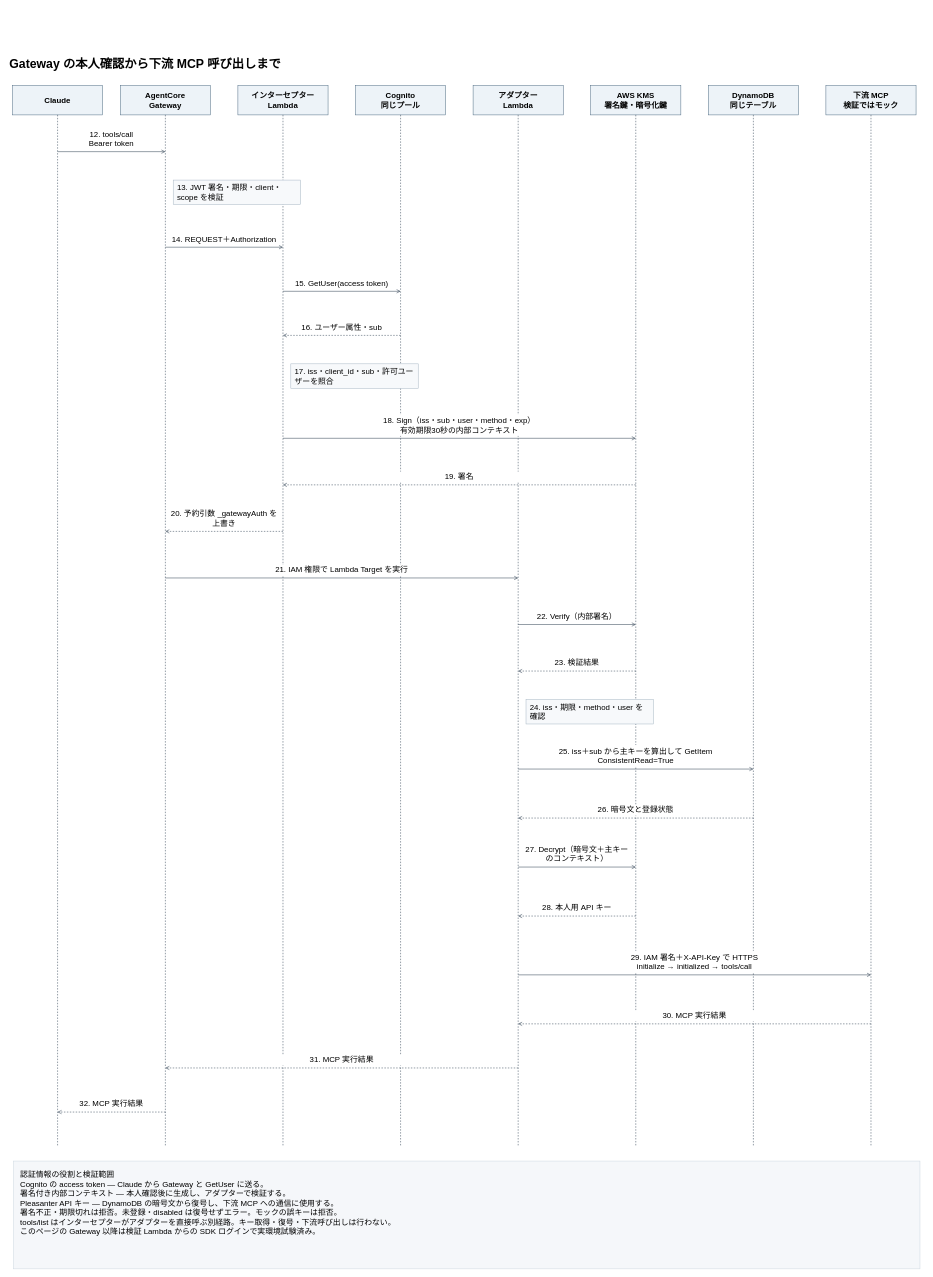
aToy0m0/probe_agentcore-pleasanter-mcp_dynamo keeps this draw.io diagram as page "runtime" (2 of 2) of docs/images/gateway-auth-sequence.drawio. Above is the earlier version. Source tidied: cells renumbered, new cells numbered last; positions are measured from the earlier drawing's top-left corner, leaving out a move shared by most shapes. Both pictures are drawn from the tidied source at 49%, with x=0, y=0 at pixel (8, 52).
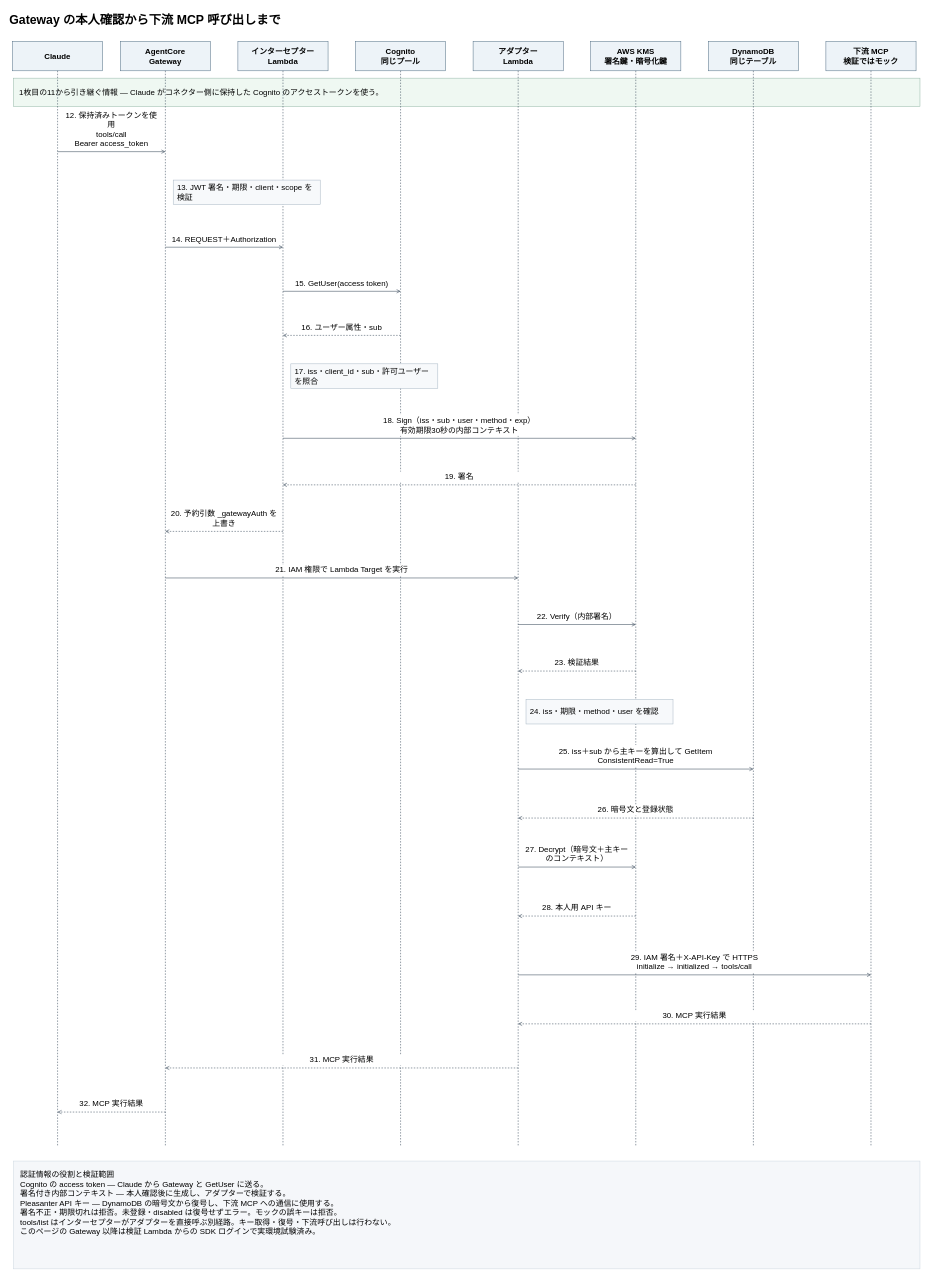
The same diagram, later.

Commit message (it also covers changes not shown here):
Explain access token handoff between sequence pages

The edit, as a diff of the source:
```diff
@@
     <mxCell id="2" value="Gateway の本人確認から下流 MCP 呼び出しまで" style="fontFamily=Yu Gothic;fontSize=16;html=0;whiteSpace=wrap;strokeColor=none;fillColor=none;align=left;fontStyle=1;fontSize=25;" parent="1" vertex="1">
-      <mxGeometry width="1870" height="42" as="geometry" />
+      <mxGeometry y="-90" width="1870" height="42" as="geometry" />
     </mxCell>
+    <mxCell id="59" value="1枚目の11から引き継ぐ情報 — Claude がコネクター側に保持した Cognito のアクセストークンを使う。" style="fontFamily=Yu Gothic;fontSize=16;html=0;whiteSpace=wrap;strokeColor=#91B5A5;fillColor=#EFF8F2;align=left;spacing=12;" parent="1" vertex="1">
+      <mxGeometry x="10" y="52" width="1850" height="58" as="geometry" />
+    </mxCell>
     <mxCell id="3" value="Claude" style="fontFamily=Yu Gothic;fontSize=16;html=0;whiteSpace=wrap;rounded=0;strokeColor=#4C6981;fillColor=#EDF3F8;fontStyle=1;align=center;" parent="1" vertex="1">
-      <mxGeometry x="8" y="67" width="184" height="60" as="geometry" />
+      <mxGeometry x="8" y="-23" width="184" height="60" as="geometry" />
     </mxCell>
     <mxCell id="4" style="html=0;strokeColor=#25384A;endArrow=none;endFill=0;dashed=1;" parent="1" edge="1">
       <mxGeometry relative="1" as="geometry">
-        <mxPoint x="100" y="127" as="sourcePoint" />
+        <mxPoint x="100" y="37" as="sourcePoint" />
         <mxPoint x="100" y="2232" as="targetPoint" />
       </mxGeometry>
     </mxCell>
     <mxCell id="5" value="AgentCore&#10;Gateway" style="fontFamily=Yu Gothic;fontSize=16;html=0;whiteSpace=wrap;rounded=0;strokeColor=#4C6981;fillColor=#EDF3F8;fontStyle=1;align=center;" parent="1" vertex="1">
-      <mxGeometry x="228" y="67" width="184" height="60" as="geometry" />
+      <mxGeometry x="228" y="-23" width="184" height="60" as="geometry" />
     </mxCell>
     <mxCell id="6" style="html=0;strokeColor=#25384A;endArrow=none;endFill=0;dashed=1;" parent="1" edge="1">
       <mxGeometry relative="1" as="geometry">
-        <mxPoint x="320" y="127" as="sourcePoint" />
+        <mxPoint x="320" y="37" as="sourcePoint" />
         <mxPoint x="320" y="2232" as="targetPoint" />
       </mxGeometry>
     </mxCell>
     <mxCell id="7" value="インターセプター&#10;Lambda" style="fontFamily=Yu Gothic;fontSize=16;html=0;whiteSpace=wrap;rounded=0;strokeColor=#4C6981;fillColor=#EDF3F8;fontStyle=1;align=center;" parent="1" vertex="1">
-      <mxGeometry x="468" y="67" width="184" height="60" as="geometry" />
+      <mxGeometry x="468" y="-23" width="184" height="60" as="geometry" />
     </mxCell>
     <mxCell id="8" style="html=0;strokeColor=#25384A;endArrow=none;endFill=0;dashed=1;" parent="1" edge="1">
       <mxGeometry relative="1" as="geometry">
-        <mxPoint x="560" y="127" as="sourcePoint" />
+        <mxPoint x="560" y="37" as="sourcePoint" />
         <mxPoint x="560" y="2232" as="targetPoint" />
       </mxGeometry>
     </mxCell>
     <mxCell id="9" value="Cognito&#10;同じプール" style="fontFamily=Yu Gothic;fontSize=16;html=0;whiteSpace=wrap;rounded=0;strokeColor=#4C6981;fillColor=#EDF3F8;fontStyle=1;align=center;" parent="1" vertex="1">
-      <mxGeometry x="708" y="67" width="184" height="60" as="geometry" />
+      <mxGeometry x="708" y="-23" width="184" height="60" as="geometry" />
     </mxCell>
     <mxCell id="10" style="html=0;strokeColor=#25384A;endArrow=none;endFill=0;dashed=1;" parent="1" edge="1">
       <mxGeometry relative="1" as="geometry">
-        <mxPoint x="800" y="127" as="sourcePoint" />
+        <mxPoint x="800" y="37" as="sourcePoint" />
         <mxPoint x="800" y="2232" as="targetPoint" />
       </mxGeometry>
     </mxCell>
     <mxCell id="11" value="アダプター&#10;Lambda" style="fontFamily=Yu Gothic;fontSize=16;html=0;whiteSpace=wrap;rounded=0;strokeColor=#4C6981;fillColor=#EDF3F8;fontStyle=1;align=center;" parent="1" vertex="1">
-      <mxGeometry x="948" y="67" width="184" height="60" as="geometry" />
+      <mxGeometry x="948" y="-23" width="184" height="60" as="geometry" />
     </mxCell>
     <mxCell id="12" style="html=0;strokeColor=#25384A;endArrow=none;endFill=0;dashed=1;" parent="1" edge="1">
       <mxGeometry relative="1" as="geometry">
-        <mxPoint x="1040" y="127" as="sourcePoint" />
+        <mxPoint x="1040" y="37" as="sourcePoint" />
         <mxPoint x="1040" y="2232" as="targetPoint" />
       </mxGeometry>
     </mxCell>
     <mxCell id="13" value="AWS KMS&#10;署名鍵・暗号化鍵" style="fontFamily=Yu Gothic;fontSize=16;html=0;whiteSpace=wrap;rounded=0;strokeColor=#4C6981;fillColor=#EDF3F8;fontStyle=1;align=center;" parent="1" vertex="1">
-      <mxGeometry x="1188" y="67" width="184" height="60" as="geometry" />
+      <mxGeometry x="1188" y="-23" width="184" height="60" as="geometry" />
     </mxCell>
     <mxCell id="14" style="html=0;strokeColor=#25384A;endArrow=none;endFill=0;dashed=1;" parent="1" edge="1">
       <mxGeometry relative="1" as="geometry">
-        <mxPoint x="1280" y="127" as="sourcePoint" />
+        <mxPoint x="1280" y="37" as="sourcePoint" />
         <mxPoint x="1280" y="2232" as="targetPoint" />
       </mxGeometry>
     </mxCell>
     <mxCell id="15" value="DynamoDB&#10;同じテーブル" style="fontFamily=Yu Gothic;fontSize=16;html=0;whiteSpace=wrap;rounded=0;strokeColor=#4C6981;fillColor=#EDF3F8;fontStyle=1;align=center;" parent="1" vertex="1">
-      <mxGeometry x="1428" y="67" width="184" height="60" as="geometry" />
+      <mxGeometry x="1428" y="-23" width="184" height="60" as="geometry" />
     </mxCell>
     <mxCell id="16" style="html=0;strokeColor=#25384A;endArrow=none;endFill=0;dashed=1;" parent="1" edge="1">
       <mxGeometry relative="1" as="geometry">
-        <mxPoint x="1520" y="127" as="sourcePoint" />
+        <mxPoint x="1520" y="37" as="sourcePoint" />
         <mxPoint x="1520" y="2232" as="targetPoint" />
       </mxGeometry>
     </mxCell>
     <mxCell id="17" value="下流 MCP&#10;検証ではモック" style="fontFamily=Yu Gothic;fontSize=16;html=0;whiteSpace=wrap;rounded=0;strokeColor=#4C6981;fillColor=#EDF3F8;fontStyle=1;align=center;" parent="1" vertex="1">
-      <mxGeometry x="1668" y="67" width="184" height="60" as="geometry" />
+      <mxGeometry x="1668" y="-23" width="184" height="60" as="geometry" />
     </mxCell>
     <mxCell id="18" style="html=0;strokeColor=#25384A;endArrow=none;endFill=0;dashed=1;" parent="1" edge="1">
       <mxGeometry relative="1" as="geometry">
-        <mxPoint x="1760" y="127" as="sourcePoint" />
+        <mxPoint x="1760" y="37" as="sourcePoint" />
         <mxPoint x="1760" y="2232" as="targetPoint" />
       </mxGeometry>
     </mxCell>
@@
-    <mxCell id="20" value="12. tools/call&#10;Bearer token" style="fontFamily=Yu Gothic;fontSize=16;html=0;whiteSpace=wrap;strokeColor=none;fillColor=#FFFFFF;align=center;verticalAlign=bottom;" parent="1" vertex="1">
-      <mxGeometry x="110" y="153" width="200" height="44" as="geometry" />
+    <mxCell id="20" value="12. 保持済みトークンを使用&#10;tools/call&#10;Bearer access_token" style="fontFamily=Yu Gothic;fontSize=16;html=0;whiteSpace=wrap;strokeColor=none;fillColor=#FFFFFF;align=center;verticalAlign=bottom;" parent="1" vertex="1">
+      <mxGeometry x="110" y="131" width="200" height="66" as="geometry" />
     </mxCell>
     <mxCell id="21" value="13. JWT 署名・期限・client・scope を検証" style="fontFamily=Yu Gothic;fontSize=16;html=0;whiteSpace=wrap;rounded=0;strokeColor=#A5B5C3;fillColor=#F7F9FB;align=left;spacing=8;" parent="1" vertex="1">
-      <mxGeometry x="336" y="260" width="260" height="50" as="geometry" />
+      <mxGeometry x="336" y="260" width="300" height="50" as="geometry" />
     </mxCell>
@@
     <mxCell id="28" value="17. iss・client_id・sub・許可ユーザーを照合" style="fontFamily=Yu Gothic;fontSize=16;html=0;whiteSpace=wrap;rounded=0;strokeColor=#A5B5C3;fillColor=#F7F9FB;align=left;spacing=8;" parent="1" vertex="1">
-      <mxGeometry x="576" y="635" width="260" height="50" as="geometry" />
+      <mxGeometry x="576" y="635" width="300" height="50" as="geometry" />
     </mxCell>
@@
     <mxCell id="41" value="24. iss・期限・method・user を確認" style="fontFamily=Yu Gothic;fontSize=16;html=0;whiteSpace=wrap;rounded=0;strokeColor=#A5B5C3;fillColor=#F7F9FB;align=left;spacing=8;" parent="1" vertex="1">
-      <mxGeometry x="1056" y="1320" width="260" height="50" as="geometry" />
+      <mxGeometry x="1056" y="1320" width="300" height="50" as="geometry" />
     </mxCell>
```
